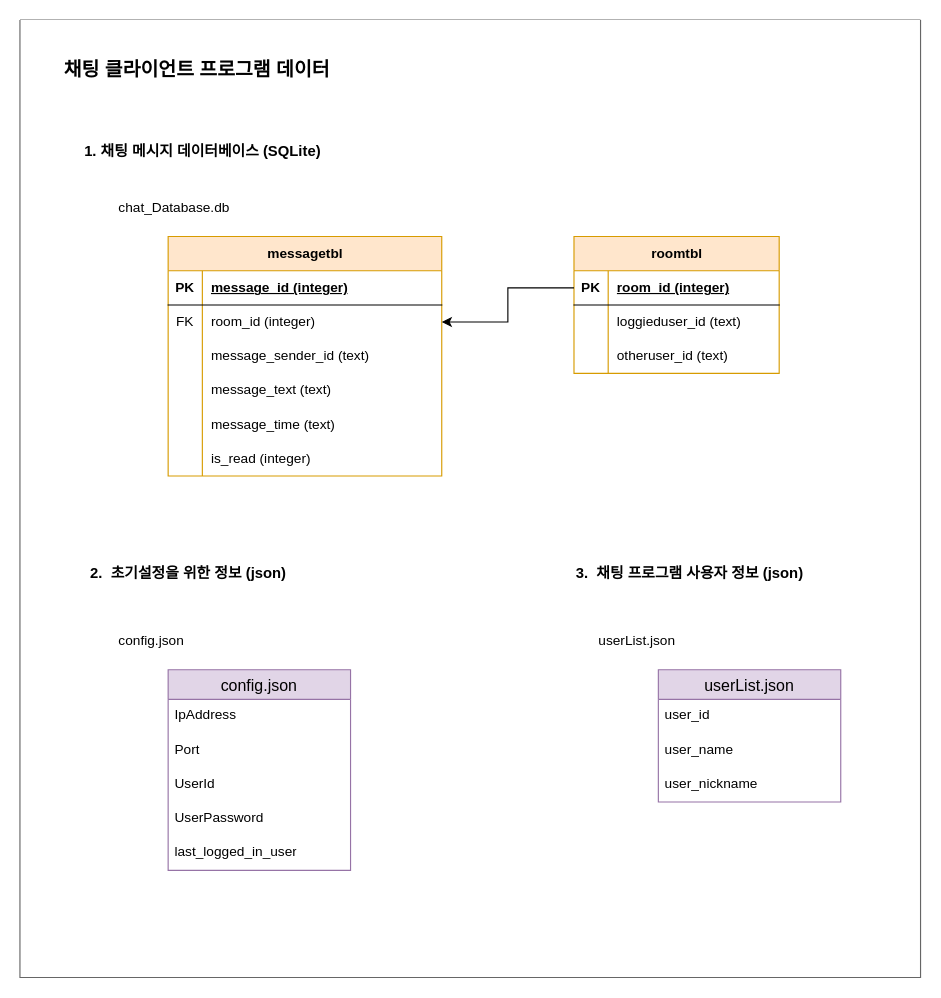
Hyunmin-Kwak-hub/neighbor21 keeps this draw.io diagram as 채팅 클라이언트 DB.drawio. Above is the earlier version. Source tidied: cells renumbered, new cells numbered last; positions are measured from the earlier drawing's top-left corner, leaving out a move shared by most shapes. Both pictures are drawn from the tidied source at 114%, with x=0, y=0 at pixel (19, 19).
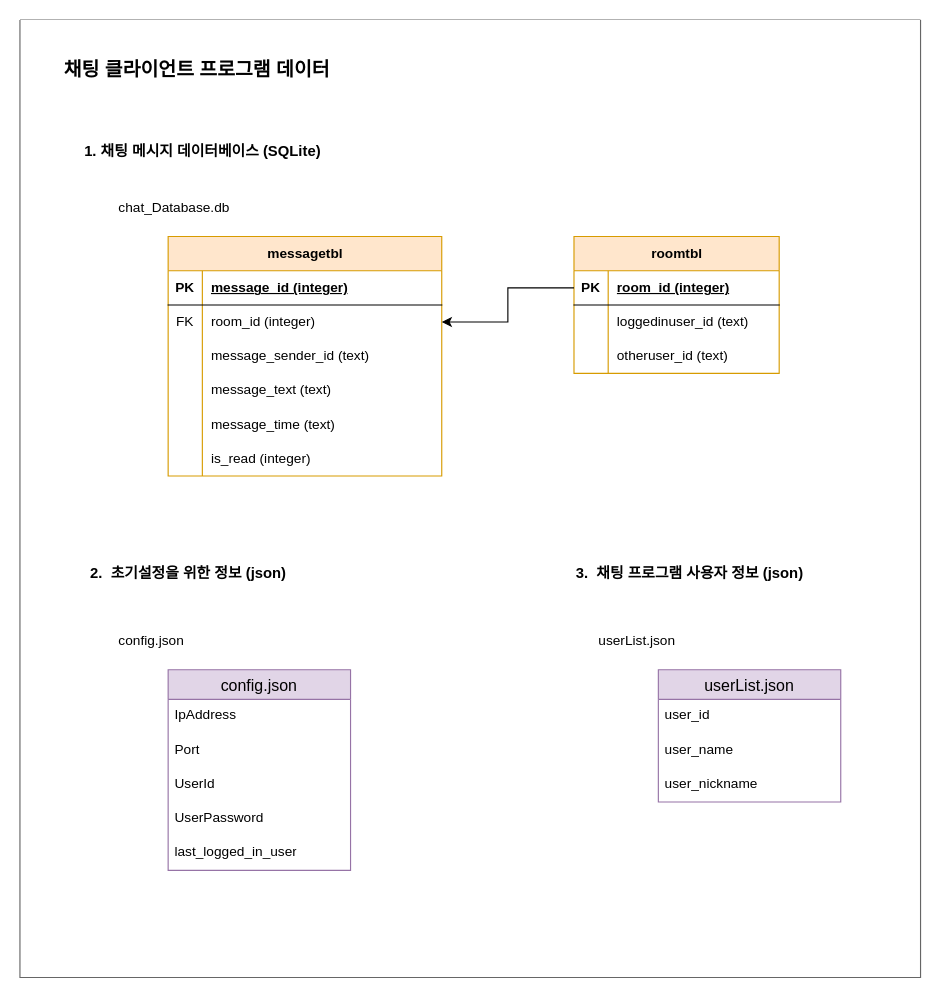
Above is the later version.

Commit message:
채팅 클라이언트 DB.drawio 업데이트

The change refers to these unchanged cells:
```xml
<mxCell id="27" style="shape=tableRow;horizontal=0;startSize=0;swimlaneHead=0;swimlaneBody=0;fillColor=none;top=0;left=0;right=0;bottom=0;" parent="23" vertex="1">
  <mxGeometry y="60" width="180" height="30" as="geometry" />
</mxCell>
```

Change to the diagram source:
```diff
@@
-    <mxCell id="29" value="loggieduser_id (text)" style="shape=partialRectangle;fillColor=none;top=0;left=0;bottom=0;right=0;align=left;spacingLeft=6;overflow=hidden;whiteSpace=wrap;html=1;" parent="27" vertex="1">
+    <mxCell id="29" value="loggedinuser_id (text)" style="shape=partialRectangle;fillColor=none;top=0;left=0;bottom=0;right=0;align=left;spacingLeft=6;overflow=hidden;whiteSpace=wrap;html=1;" parent="27" vertex="1">
       <mxGeometry x="30" width="150" height="30" as="geometry" />
     </mxCell>
```
